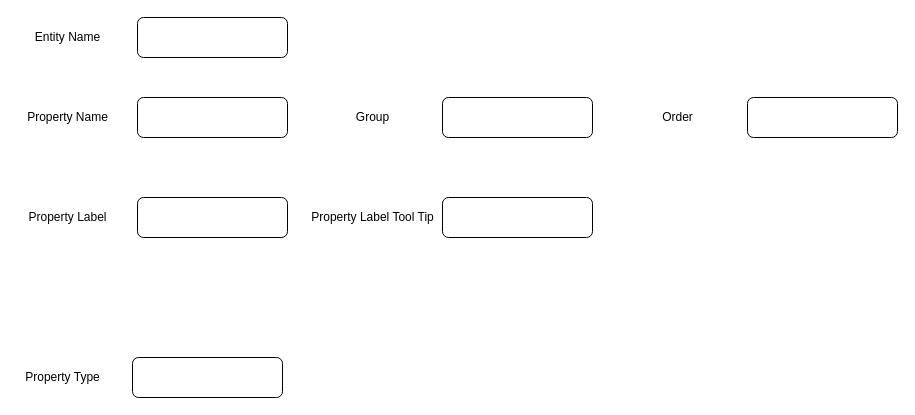
Earlier version of the draw.io diagram entity.drawio (clearriver/draw). Source tidied: cells renumbered, new cells numbered last; positions are measured from the earlier drawing's top-left corner, leaving out a move shared by most shapes. Both pictures are drawn from the tidied source at 100%, with x=0, y=0 at pixel (17, 17).
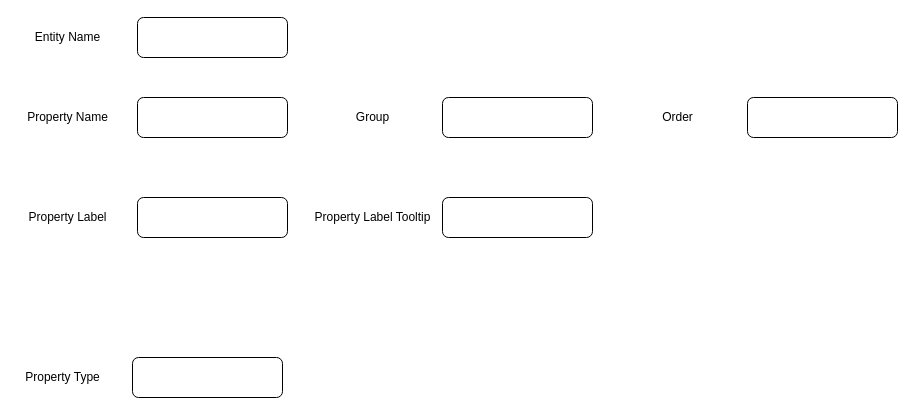
The same diagram, later.

What changed in the source:
```diff
@@
 <mxGraphModel>
   <root>
     <mxCell id="0" />
     <mxCell id="1" parent="0" />
     <mxCell id="2" style="rounded=1;whiteSpace=wrap;html=1;" parent="1" vertex="1">
       <mxGeometry x="120" width="150" height="40" as="geometry" />
     </mxCell>
     <mxCell id="3" value="Entity Name" style="text;html=1;align=center;verticalAlign=middle;strokeColor=none;" parent="1" vertex="1">
       <mxGeometry x="10" y="10" width="80" height="20" as="geometry" />
     </mxCell>
     <mxCell id="4" style="rounded=1;whiteSpace=wrap;html=1;" parent="1" vertex="1">
       <mxGeometry x="120" y="80" width="150" height="40" as="geometry" />
     </mxCell>
     <mxCell id="5" value="Property Name" style="text;html=1;align=center;verticalAlign=middle;strokeColor=none;" parent="1" vertex="1">
       <mxGeometry y="90" width="100" height="20" as="geometry" />
     </mxCell>
     <mxCell id="6" style="rounded=1;whiteSpace=wrap;html=1;" parent="1" vertex="1">
       <mxGeometry x="115" y="340" width="150" height="40" as="geometry" />
     </mxCell>
     <mxCell id="7" value="Property Type" style="text;html=1;align=center;verticalAlign=middle;strokeColor=none;" parent="1" vertex="1">
       <mxGeometry y="350" width="90" height="20" as="geometry" />
     </mxCell>
     <mxCell id="8" style="rounded=1;whiteSpace=wrap;html=1;" parent="1" vertex="1">
       <mxGeometry x="425" y="80" width="150" height="40" as="geometry" />
     </mxCell>
     <mxCell id="9" value="Group" style="text;html=1;align=center;verticalAlign=middle;strokeColor=none;" parent="1" vertex="1">
       <mxGeometry x="330" y="90" width="50" height="20" as="geometry" />
     </mxCell>
     <mxCell id="10" style="rounded=1;whiteSpace=wrap;html=1;" parent="1" vertex="1">
       <mxGeometry x="730" y="80" width="150" height="40" as="geometry" />
     </mxCell>
     <mxCell id="11" value="Order" style="text;html=1;align=center;verticalAlign=middle;strokeColor=none;" parent="1" vertex="1">
       <mxGeometry x="635" y="90" width="50" height="20" as="geometry" />
     </mxCell>
     <mxCell id="12" style="rounded=1;whiteSpace=wrap;html=1;" parent="1" vertex="1">
       <mxGeometry x="120" y="180" width="150" height="40" as="geometry" />
     </mxCell>
     <mxCell id="13" value="Property Label" style="text;html=1;align=center;verticalAlign=middle;strokeColor=none;" parent="1" vertex="1">
       <mxGeometry x="5" y="190" width="90" height="20" as="geometry" />
     </mxCell>
     <mxCell id="14" style="rounded=1;whiteSpace=wrap;html=1;" parent="1" vertex="1">
       <mxGeometry x="425" y="180" width="150" height="40" as="geometry" />
     </mxCell>
-    <mxCell id="15" value="Property Label Tool Tip" style="text;html=1;align=center;verticalAlign=middle;strokeColor=none;" parent="1" vertex="1">
-      <mxGeometry x="285" y="190" width="140" height="20" as="geometry" />
+    <mxCell id="15" value="Property Label Tooltip" style="text;html=1;align=center;verticalAlign=middle;strokeColor=none;" parent="1" vertex="1">
+      <mxGeometry x="290" y="190" width="130" height="20" as="geometry" />
     </mxCell>
   </root>
 </mxGraphModel>
```
